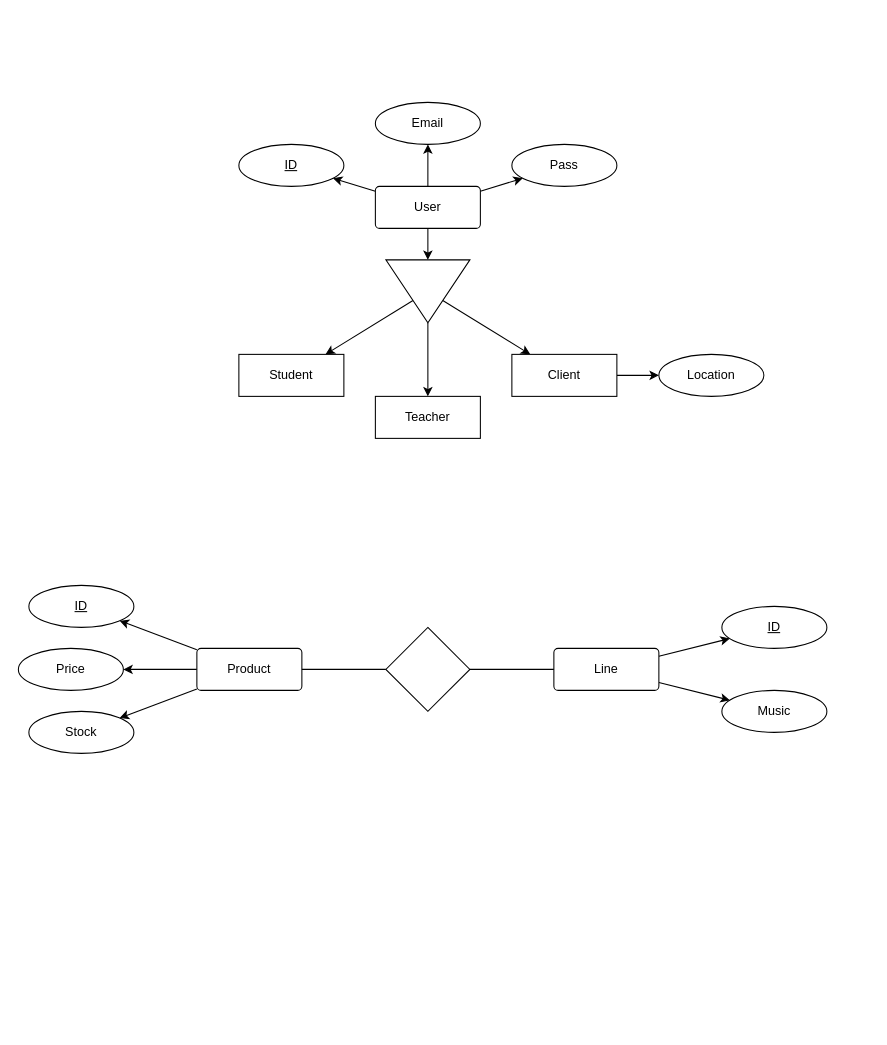
This is ModeloEntidadRelación.drawio from rebecanoya/PROYECTO-ESTETICA, a draw.io file, before an edit. Source tidied: cells renumbered, new cells numbered last; positions are measured from the earlier drawing's top-left corner, leaving out a move shared by most shapes. Both pictures are drawn from the tidied source at 105%, with x=0, y=0 at pixel (18, 102).
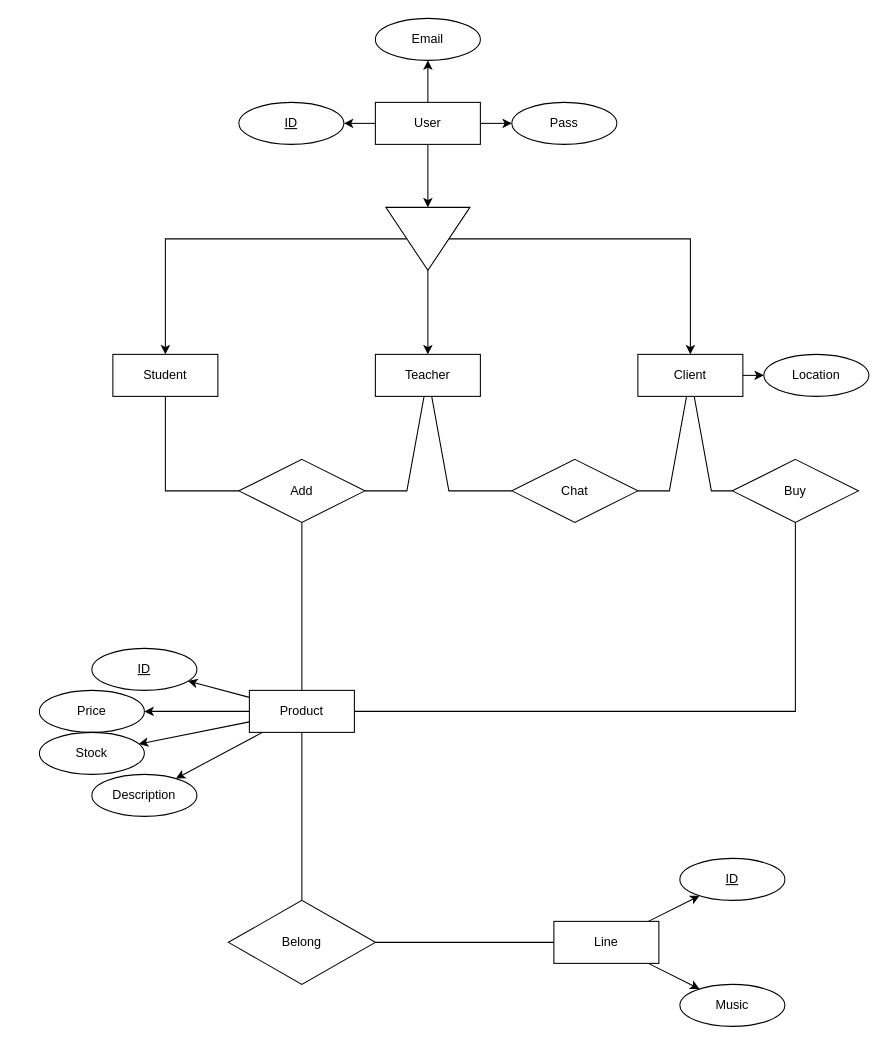
After the change.

The edit, as a diff of the source:
```diff
@@
+    <mxCell id="34" style="rounded=0;jettySize=auto;html=1;" parent="1" edge="1" source="5" target="35">
+      <mxGeometry relative="1" as="geometry" />
+    </mxCell>
-    <mxCell id="5" value="Product" style="rounded=1;arcSize=10;whiteSpace=wrap;html=1;align=center;labelBackgroundColor=none;" parent="1" vertex="1">
-      <mxGeometry x="170" y="520" width="100" height="40" as="geometry" />
+    <mxCell id="5" value="Product" style="rounded=1;arcSize=0;whiteSpace=wrap;html=1;align=center;labelBackgroundColor=none;" parent="1" vertex="1">
+      <mxGeometry x="220" y="560" width="100" height="40" as="geometry" />
     </mxCell>
     <mxCell id="6" value="ID" style="ellipse;whiteSpace=wrap;html=1;align=center;fontStyle=4;labelBackgroundColor=none;" parent="1" vertex="1">
-      <mxGeometry x="10" y="460" width="100" height="40" as="geometry" />
+      <mxGeometry x="70" y="520" width="100" height="40" as="geometry" />
     </mxCell>
     <mxCell id="7" value="Price" style="ellipse;whiteSpace=wrap;html=1;align=center;labelBackgroundColor=none;" parent="1" vertex="1">
-      <mxGeometry y="520" width="100" height="40" as="geometry" />
+      <mxGeometry x="20" y="560" width="100" height="40" as="geometry" />
     </mxCell>
     <mxCell id="8" value="Stock" style="ellipse;whiteSpace=wrap;html=1;align=center;labelBackgroundColor=none;" parent="1" vertex="1">
-      <mxGeometry x="10" y="580" width="100" height="40" as="geometry" />
+      <mxGeometry x="20" y="600" width="100" height="40" as="geometry" />
     </mxCell>
@@
-    <mxCell id="13" value="User" style="rounded=1;arcSize=10;whiteSpace=wrap;html=1;align=center;labelBackgroundColor=none;" parent="1" vertex="1">
-      <mxGeometry x="340" y="80" width="100" height="40" as="geometry" />
+    <mxCell id="13" value="User" style="rounded=1;arcSize=0;whiteSpace=wrap;html=1;align=center;labelBackgroundColor=none;" parent="1" vertex="1">
+      <mxGeometry x="340" width="100" height="40" as="geometry" />
     </mxCell>
     <mxCell id="14" value="ID" style="ellipse;whiteSpace=wrap;html=1;align=center;fontStyle=4;labelBackgroundColor=none;" parent="1" vertex="1">
-      <mxGeometry x="210" y="40" width="100" height="40" as="geometry" />
+      <mxGeometry x="210" width="100" height="40" as="geometry" />
     </mxCell>
     <mxCell id="15" value="Email" style="ellipse;whiteSpace=wrap;html=1;align=center;labelBackgroundColor=none;" parent="1" vertex="1">
-      <mxGeometry x="340" width="100" height="40" as="geometry" />
+      <mxGeometry x="340" y="-80" width="100" height="40" as="geometry" />
     </mxCell>
     <mxCell id="16" value="Pass" style="ellipse;whiteSpace=wrap;html=1;align=center;labelBackgroundColor=none;" parent="1" vertex="1">
-      <mxGeometry x="470" y="40" width="100" height="40" as="geometry" />
+      <mxGeometry x="470" width="100" height="40" as="geometry" />
     </mxCell>
     <mxCell id="17" value="Location" style="ellipse;whiteSpace=wrap;html=1;align=center;labelBackgroundColor=none;" parent="1" vertex="1">
-      <mxGeometry x="610" y="240" width="100" height="40" as="geometry" />
+      <mxGeometry x="710" y="240" width="100" height="40" as="geometry" />
     </mxCell>
     <mxCell id="18" value="Student" style="whiteSpace=wrap;html=1;align=center;" parent="1" vertex="1">
-      <mxGeometry x="210" y="240" width="100" height="40" as="geometry" />
+      <mxGeometry x="90" y="240" width="100" height="40" as="geometry" />
     </mxCell>
     <mxCell id="19" style="rounded=0;jettySize=auto;html=1;" parent="1" edge="1" source="22" target="18">
-      <mxGeometry relative="1" as="geometry" />
+      <mxGeometry relative="1" as="geometry">
+        <Array as="points">
+          <mxPoint x="140" y="130" />
+        </Array>
+      </mxGeometry>
     </mxCell>
@@
-    <mxCell id="21" style="rounded=0;jettySize=auto;html=1;" parent="1" edge="1" source="22" target="25">
+    <mxCell id="21" style="edgeStyle=orthogonalEdgeStyle;rounded=0;jettySize=auto;html=1;" parent="1" edge="1" source="22" target="25">
       <mxGeometry relative="1" as="geometry" />
     </mxCell>
     <mxCell id="22" style="triangle;whiteSpace=wrap;html=1;direction=south;" parent="1" vertex="1">
-      <mxGeometry x="350" y="150" width="80" height="60" as="geometry" />
+      <mxGeometry x="350" y="100" width="80" height="60" as="geometry" />
     </mxCell>
     <mxCell id="23" value="Teacher" style="whiteSpace=wrap;html=1;align=center;" parent="1" vertex="1">
-      <mxGeometry x="340" y="280" width="100" height="40" as="geometry" />
+      <mxGeometry x="340" y="240" width="100" height="40" as="geometry" />
     </mxCell>
@@
     <mxCell id="25" value="Client" style="whiteSpace=wrap;html=1;align=center;" parent="1" vertex="1">
-      <mxGeometry x="470" y="240" width="100" height="40" as="geometry" />
+      <mxGeometry x="590" y="240" width="100" height="40" as="geometry" />
     </mxCell>
@@
-    <mxCell id="28" value="Line" style="rounded=1;arcSize=10;whiteSpace=wrap;html=1;align=center;labelBackgroundColor=none;" parent="1" vertex="1">
-      <mxGeometry x="510" y="520" width="100" height="40" as="geometry" />
+    <mxCell id="28" value="Line" style="rounded=1;arcSize=0;whiteSpace=wrap;html=1;align=center;labelBackgroundColor=none;" parent="1" vertex="1">
+      <mxGeometry x="510" y="780" width="100" height="40" as="geometry" />
     </mxCell>
     <mxCell id="29" value="ID" style="ellipse;whiteSpace=wrap;html=1;align=center;fontStyle=4;labelBackgroundColor=none;" parent="1" vertex="1">
-      <mxGeometry x="670" y="480" width="100" height="40" as="geometry" />
+      <mxGeometry x="630" y="720" width="100" height="40" as="geometry" />
     </mxCell>
     <mxCell id="30" value="Music" style="ellipse;whiteSpace=wrap;html=1;align=center;labelBackgroundColor=none;" parent="1" vertex="1">
-      <mxGeometry x="670" y="560" width="100" height="40" as="geometry" />
+      <mxGeometry x="630" y="840" width="100" height="40" as="geometry" />
     </mxCell>
-    <mxCell id="31" style="rounded=0;jettySize=auto;html=1;edgeStyle=entityRelationEdgeStyle;fontSize=12;endArrow=none;" parent="1" edge="1" source="33" target="5">
+    <mxCell id="31" style="rounded=0;jettySize=auto;html=1;fontSize=12;endArrow=none;" parent="1" edge="1" source="33" target="5">
       <mxGeometry relative="1" as="geometry" />
     </mxCell>
@@
-    <mxCell id="33" style="rhombus;whiteSpace=wrap;html=1;" parent="1" vertex="1">
-      <mxGeometry x="350" y="500" width="80" height="80" as="geometry" />
+    <mxCell id="33" value="Belong" style="rhombus;whiteSpace=wrap;html=1;direction=south;" parent="1" vertex="1">
+      <mxGeometry x="200" y="760" width="140" height="80" as="geometry" />
     </mxCell>
+    <mxCell id="35" value="Description" style="ellipse;whiteSpace=wrap;html=1;align=center;" parent="1" vertex="1">
+      <mxGeometry x="70" y="640" width="100" height="40" as="geometry" />
+    </mxCell>
+    <mxCell id="36" style="rounded=0;jettySize=auto;html=1;endArrow=none;" parent="1" edge="1" source="38" target="5">
+      <mxGeometry relative="1" as="geometry" />
+    </mxCell>
+    <mxCell id="37" style="rounded=0;jettySize=auto;html=1;endArrow=none;" parent="1" edge="1" source="38" target="23">
+      <mxGeometry relative="1" as="geometry">
+        <Array as="points">
+          <mxPoint x="370" y="370" />
+        </Array>
+      </mxGeometry>
+    </mxCell>
+    <mxCell id="38" value="Add" style="shape=rhombus;perimeter=rhombusPerimeter;whiteSpace=wrap;html=1;align=center;" parent="1" vertex="1">
+      <mxGeometry x="210" y="340" width="120" height="60" as="geometry" />
+    </mxCell>
+    <mxCell id="39" style="endArrow=none;html=1;rounded=0;" parent="1" edge="1" source="38" target="18">
+      <mxGeometry relative="1" as="geometry">
+        <Array as="points">
+          <mxPoint x="140" y="370" />
+        </Array>
+      </mxGeometry>
+    </mxCell>
+    <mxCell id="40" value="Buy" style="shape=rhombus;perimeter=rhombusPerimeter;whiteSpace=wrap;html=1;align=center;" parent="1" vertex="1">
+      <mxGeometry x="680" y="340" width="120" height="60" as="geometry" />
+    </mxCell>
+    <mxCell id="41" style="endArrow=none;html=1;rounded=0;" parent="1" edge="1" source="40" target="5">
+      <mxGeometry relative="1" as="geometry">
+        <Array as="points">
+          <mxPoint x="740" y="580" />
+        </Array>
+      </mxGeometry>
+    </mxCell>
+    <mxCell id="42" style="endArrow=none;html=1;rounded=0;" parent="1" edge="1" source="40" target="25">
+      <mxGeometry relative="1" as="geometry">
+        <Array as="points">
+          <mxPoint x="660" y="370" />
+        </Array>
+      </mxGeometry>
+    </mxCell>
+    <mxCell id="43" value="Chat" style="shape=rhombus;perimeter=rhombusPerimeter;whiteSpace=wrap;html=1;align=center;" parent="1" vertex="1">
+      <mxGeometry x="470" y="340" width="120" height="60" as="geometry" />
+    </mxCell>
+    <mxCell id="44" style="endArrow=none;html=1;rounded=0;" parent="1" edge="1" source="43" target="23">
+      <mxGeometry relative="1" as="geometry">
+        <Array as="points">
+          <mxPoint x="410" y="370" />
+        </Array>
+      </mxGeometry>
+    </mxCell>
+    <mxCell id="45" style="endArrow=none;html=1;rounded=0;" parent="1" edge="1" source="43" target="25">
+      <mxGeometry relative="1" as="geometry">
+        <Array as="points">
+          <mxPoint x="620" y="370" />
+        </Array>
+      </mxGeometry>
+    </mxCell>
```
